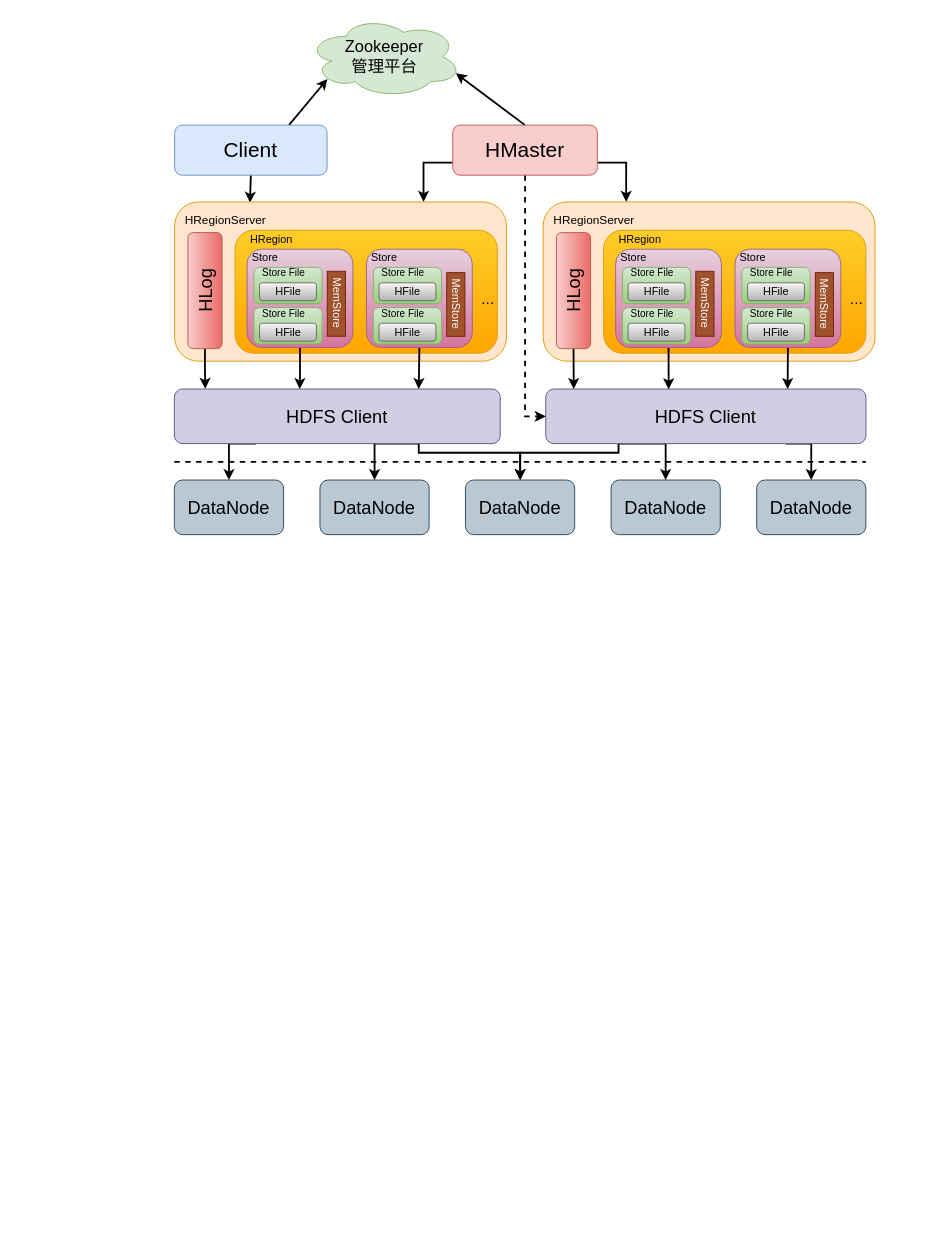
Above: page "第 1 页" (1 of 3) of 未命名绘图.drawio in Life-Cycle/xixi (draw.io), before the change. Source tidied: cells renumbered, new cells numbered last; positions are measured from the earlier drawing's top-left corner, leaving out a move shared by most shapes. Both pictures are drawn from the tidied source at 91%, with x=0, y=0 at pixel (147, 15).
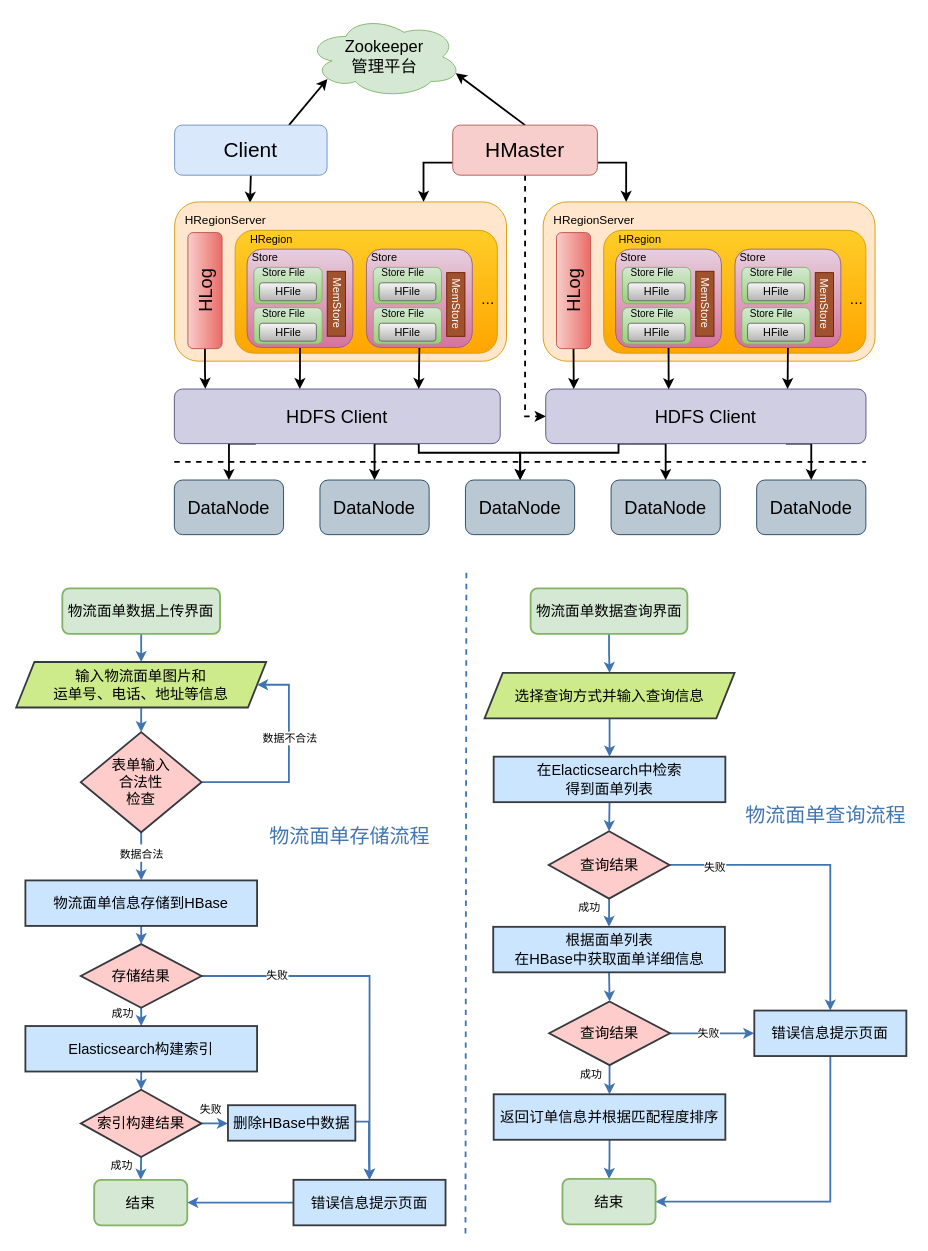
The same page after the edit.

Commit message:
更新未命名绘图.drawio

Change to the diagram source:
```diff
@@
+    <mxCell id="83" style="edgeStyle=orthogonalEdgeStyle;rounded=0;jettySize=auto;html=1;exitX=0.5;exitY=1;exitDx=0;exitDy=0;entryX=0.5;entryY=0;entryDx=0;entryDy=0;fontSize=12;fontColor=#000000;startArrow=none;startFill=0;endArrow=classic;endFill=1;strokeColor=#4075B0;strokeWidth=2;" parent="1" edge="1" source="84" target="97">
+      <mxGeometry relative="1" as="geometry" />
+    </mxCell>
+    <mxCell id="84" value="&lt;font style=&quot;font-size: 16px&quot;&gt;物流面单信息存储到HBase&lt;/font&gt;" style="rounded=0;whiteSpace=wrap;html=1;labelBackgroundColor=none;fontSize=12;strokeColor=#36393d;strokeWidth=2;fillColor=#cce5ff;" parent="1" vertex="1">
+      <mxGeometry x="-133.6" y="950" width="254.6" height="50" as="geometry" />
+    </mxCell>
+    <mxCell id="85" style="edgeStyle=none;rounded=0;jettySize=auto;html=1;exitX=0.5;exitY=1;exitDx=0;exitDy=0;entryX=0.5;entryY=0;entryDx=0;entryDy=0;fontSize=16;fontColor=#000000;startArrow=none;startFill=0;endArrow=classic;endFill=1;strokeColor=#4075B0;strokeWidth=2;" parent="1" edge="1" source="86" target="88">
+      <mxGeometry relative="1" as="geometry" />
+    </mxCell>
+    <mxCell id="86" value="&lt;font style=&quot;font-size: 16px&quot;&gt;物流面单数据上传界面&lt;/font&gt;" style="rounded=1;whiteSpace=wrap;html=1;labelBackgroundColor=none;fontSize=12;strokeColor=#82b366;strokeWidth=2;fillColor=#d5e8d4;" parent="1" vertex="1">
+      <mxGeometry x="-93" y="629" width="173.3" height="50" as="geometry" />
+    </mxCell>
+    <mxCell id="87" style="edgeStyle=none;rounded=0;jettySize=auto;html=1;exitX=0.5;exitY=1;exitDx=0;exitDy=0;entryX=0.5;entryY=0;entryDx=0;entryDy=0;fontSize=16;fontColor=#000000;startArrow=none;startFill=0;endArrow=classic;endFill=1;strokeColor=#4075B0;strokeWidth=2;" parent="1" edge="1" source="88" target="93">
+      <mxGeometry relative="1" as="geometry" />
+    </mxCell>
+    <mxCell id="88" value="&lt;font style=&quot;font-size: 16px&quot;&gt;&lt;font style=&quot;font-size: 16px&quot;&gt;输入物流面单图片和&lt;br&gt;&lt;/font&gt;运单号、电话、地址等信息&lt;/font&gt;" style="shape=parallelogram;perimeter=parallelogramPerimeter;whiteSpace=wrap;html=1;fixedSize=1;labelBackgroundColor=none;fontSize=16;strokeColor=#36393d;strokeWidth=2;fillColor=#cdeb8b;" parent="1" vertex="1">
+      <mxGeometry x="-143.7" y="710" width="274.7" height="50" as="geometry" />
+    </mxCell>
+    <mxCell id="89" style="edgeStyle=none;rounded=0;jettySize=auto;html=1;exitX=0.5;exitY=1;exitDx=0;exitDy=0;entryX=0.5;entryY=0;entryDx=0;entryDy=0;fontSize=16;fontColor=#000000;startArrow=none;startFill=0;endArrow=classic;endFill=1;strokeColor=#4075B0;strokeWidth=2;" parent="1" edge="1" source="93" target="84">
+      <mxGeometry relative="1" as="geometry" />
+    </mxCell>
+    <mxCell id="90" value="&lt;font style=&quot;font-size: 12px&quot;&gt;数据合法&lt;/font&gt;" style="edgeLabel;html=1;align=center;verticalAlign=middle;fontSize=16;fontColor=#000000;" parent="89" vertex="1">
+      <mxGeometry x="-0.09" y="1" relative="1" as="geometry">
+        <mxPoint x="-1" y="-1" as="offset" />
+      </mxGeometry>
+    </mxCell>
+    <mxCell id="91" style="edgeStyle=orthogonalEdgeStyle;rounded=0;jettySize=auto;html=1;exitX=1;exitY=0.5;exitDx=0;exitDy=0;entryX=1;entryY=0.5;entryDx=0;entryDy=0;fontSize=12;fontColor=#000000;startArrow=none;startFill=0;endArrow=classic;endFill=1;strokeColor=#4075B0;strokeWidth=2;" parent="1" edge="1" source="93" target="88">
+      <mxGeometry relative="1" as="geometry">
+        <Array as="points">
+          <mxPoint x="156" y="842" />
+          <mxPoint x="156" y="735" />
+        </Array>
+      </mxGeometry>
+    </mxCell>
+    <mxCell id="92" value="数据不合法" style="edgeLabel;html=1;align=center;verticalAlign=middle;fontSize=12;fontColor=#000000;" parent="91" vertex="1">
+      <mxGeometry x="0.21" relative="1" as="geometry">
+        <mxPoint y="-1" as="offset" />
+      </mxGeometry>
+    </mxCell>
+    <mxCell id="93" value="表单输入&lt;br&gt;合法性&lt;br&gt;检查" style="rhombus;whiteSpace=wrap;html=1;labelBackgroundColor=none;fontSize=16;strokeColor=#36393d;strokeWidth=2;fillColor=#ffcccc;" parent="1" vertex="1">
+      <mxGeometry x="-72.7" y="787" width="132.7" height="110" as="geometry" />
+    </mxCell>
+    <mxCell id="94" style="edgeStyle=orthogonalEdgeStyle;rounded=0;jettySize=auto;html=1;exitX=0.5;exitY=1;exitDx=0;exitDy=0;entryX=0.5;entryY=0;entryDx=0;entryDy=0;fontSize=12;fontColor=#000000;startArrow=none;startFill=0;endArrow=classic;endFill=1;strokeColor=#4075B0;strokeWidth=2;" parent="1" edge="1" source="97" target="99">
+      <mxGeometry relative="1" as="geometry" />
+    </mxCell>
+    <mxCell id="95" style="edgeStyle=orthogonalEdgeStyle;rounded=0;jettySize=auto;html=1;exitX=1;exitY=0.5;exitDx=0;exitDy=0;entryX=0.5;entryY=0;entryDx=0;entryDy=0;fontSize=12;fontColor=#000000;startArrow=none;startFill=0;endArrow=classic;endFill=1;strokeColor=#4075B0;strokeWidth=2;" parent="1" edge="1" source="97" target="105">
+      <mxGeometry relative="1" as="geometry" />
+    </mxCell>
+    <mxCell id="96" value="失败" style="edgeLabel;html=1;align=center;verticalAlign=middle;fontSize=12;fontColor=#000000;" parent="95" vertex="1">
+      <mxGeometry x="-0.6" y="1" relative="1" as="geometry" />
+    </mxCell>
+    <mxCell id="97" value="存储结果" style="rhombus;whiteSpace=wrap;html=1;labelBackgroundColor=none;fontSize=16;strokeColor=#36393d;strokeWidth=2;fillColor=#ffcccc;" parent="1" vertex="1">
+      <mxGeometry x="-72.7" y="1020" width="132.7" height="70" as="geometry" />
+    </mxCell>
+    <mxCell id="98" style="edgeStyle=orthogonalEdgeStyle;rounded=0;jettySize=auto;html=1;exitX=0.5;exitY=1;exitDx=0;exitDy=0;entryX=0.5;entryY=0;entryDx=0;entryDy=0;fontSize=12;fontColor=#000000;startArrow=none;startFill=0;endArrow=classic;endFill=1;strokeColor=#4075B0;strokeWidth=2;" parent="1" edge="1" source="99" target="102">
+      <mxGeometry relative="1" as="geometry" />
+    </mxCell>
+    <mxCell id="99" value="&lt;span style=&quot;font-size: 16px&quot;&gt;Elasticsearch构建索引&lt;/span&gt;" style="rounded=0;whiteSpace=wrap;html=1;labelBackgroundColor=none;fontSize=12;strokeColor=#36393d;strokeWidth=2;fillColor=#cce5ff;" parent="1" vertex="1">
+      <mxGeometry x="-133.6" y="1110" width="254.6" height="50" as="geometry" />
+    </mxCell>
+    <mxCell id="100" style="edgeStyle=orthogonalEdgeStyle;rounded=0;jettySize=auto;html=1;exitX=0.5;exitY=1;exitDx=0;exitDy=0;entryX=0.5;entryY=0;entryDx=0;entryDy=0;fontSize=12;fontColor=#000000;startArrow=none;startFill=0;endArrow=classic;endFill=1;strokeColor=#4075B0;strokeWidth=2;" parent="1" edge="1" source="102" target="103">
+      <mxGeometry relative="1" as="geometry" />
+    </mxCell>
+    <mxCell id="101" style="edgeStyle=orthogonalEdgeStyle;rounded=0;jettySize=auto;html=1;exitX=1;exitY=0.5;exitDx=0;exitDy=0;entryX=0;entryY=0.5;entryDx=0;entryDy=0;fontSize=12;fontColor=#000000;startArrow=none;startFill=0;endArrow=classic;endFill=1;strokeColor=#4075B0;strokeWidth=2;" parent="1" edge="1" source="102" target="108">
+      <mxGeometry relative="1" as="geometry" />
+    </mxCell>
+    <mxCell id="102" value="索引构建结果" style="rhombus;whiteSpace=wrap;html=1;labelBackgroundColor=none;fontSize=16;strokeColor=#36393d;strokeWidth=2;fillColor=#ffcccc;" parent="1" vertex="1">
+      <mxGeometry x="-72.7" y="1180" width="132.7" height="74" as="geometry" />
+    </mxCell>
+    <mxCell id="103" value="&lt;font style=&quot;font-size: 16px&quot;&gt;结束&lt;/font&gt;" style="rounded=1;whiteSpace=wrap;html=1;labelBackgroundColor=none;fontSize=12;strokeColor=#82b366;strokeWidth=2;fillColor=#d5e8d4;" parent="1" vertex="1">
+      <mxGeometry x="-58" y="1279" width="102.3" height="50" as="geometry" />
+    </mxCell>
+    <mxCell id="104" style="edgeStyle=orthogonalEdgeStyle;rounded=0;jettySize=auto;html=1;exitX=0;exitY=0.5;exitDx=0;exitDy=0;fontSize=12;fontColor=#000000;startArrow=none;startFill=0;endArrow=classic;endFill=1;strokeColor=#4075B0;strokeWidth=2;" parent="1" edge="1" source="105" target="103">
+      <mxGeometry relative="1" as="geometry" />
+    </mxCell>
+    <mxCell id="105" value="&lt;font style=&quot;font-size: 16px&quot;&gt;错误信息提示页面&lt;/font&gt;" style="rounded=0;whiteSpace=wrap;html=1;labelBackgroundColor=none;fontSize=12;strokeColor=#36393d;strokeWidth=2;fillColor=#cce5ff;" parent="1" vertex="1">
+      <mxGeometry x="161" y="1279" width="167.1" height="50" as="geometry" />
+    </mxCell>
+    <mxCell id="106" value="成功" style="text;html=1;strokeColor=none;fillColor=none;align=center;verticalAlign=middle;whiteSpace=wrap;rounded=0;labelBackgroundColor=none;fontSize=12;fontColor=#000000;" parent="1" vertex="1">
+      <mxGeometry x="-47" y="1089" width="41" height="16" as="geometry" />
+    </mxCell>
+    <mxCell id="107" style="edgeStyle=orthogonalEdgeStyle;rounded=0;jettySize=auto;html=1;exitX=1;exitY=0.5;exitDx=0;exitDy=0;entryX=0.5;entryY=0;entryDx=0;entryDy=0;fontSize=12;fontColor=#000000;startArrow=none;startFill=0;endArrow=classic;endFill=1;strokeColor=#4075B0;strokeWidth=2;" parent="1" edge="1" source="108" target="105">
+      <mxGeometry relative="1" as="geometry">
+        <Array as="points">
+          <mxPoint x="244" y="1215" />
+          <mxPoint x="244" y="1258" />
+          <mxPoint x="245" y="1258" />
+        </Array>
+      </mxGeometry>
+    </mxCell>
+    <mxCell id="108" value="&lt;font style=&quot;font-size: 16px&quot;&gt;删除HBase中数据&lt;/font&gt;" style="rounded=0;whiteSpace=wrap;html=1;labelBackgroundColor=none;fontSize=12;strokeColor=#36393d;strokeWidth=2;fillColor=#cce5ff;" parent="1" vertex="1">
+      <mxGeometry x="89" y="1197" width="140" height="39" as="geometry" />
+    </mxCell>
+    <mxCell id="109" value="成功" style="text;html=1;strokeColor=none;fillColor=none;align=center;verticalAlign=middle;whiteSpace=wrap;rounded=0;labelBackgroundColor=none;fontSize=12;fontColor=#000000;" parent="1" vertex="1">
+      <mxGeometry x="-48" y="1256" width="41" height="16" as="geometry" />
+    </mxCell>
+    <mxCell id="110" value="失败" style="text;html=1;strokeColor=none;fillColor=none;align=center;verticalAlign=middle;whiteSpace=wrap;rounded=0;labelBackgroundColor=none;fontSize=12;fontColor=#000000;" parent="1" vertex="1">
+      <mxGeometry x="50" y="1194" width="41" height="16" as="geometry" />
+    </mxCell>
+    <mxCell id="111" style="edgeStyle=orthogonalEdgeStyle;rounded=0;jettySize=auto;html=1;exitX=0.5;exitY=1;exitDx=0;exitDy=0;entryX=0.5;entryY=0;entryDx=0;entryDy=0;fontSize=16;fontColor=#000000;startArrow=none;startFill=0;endArrow=classic;endFill=1;strokeColor=#4075B0;strokeWidth=2;" parent="1" edge="1" source="112" target="114">
+      <mxGeometry relative="1" as="geometry" />
+    </mxCell>
+    <mxCell id="112" value="&lt;font style=&quot;font-size: 16px&quot;&gt;物流面单数据查询界面&lt;/font&gt;" style="rounded=1;whiteSpace=wrap;html=1;labelBackgroundColor=none;fontSize=12;strokeColor=#82b366;strokeWidth=2;fillColor=#d5e8d4;" parent="1" vertex="1">
+      <mxGeometry x="421.6" y="629" width="172.3" height="50" as="geometry" />
+    </mxCell>
+    <mxCell id="113" style="edgeStyle=orthogonalEdgeStyle;rounded=0;jettySize=auto;html=1;exitX=0.5;exitY=1;exitDx=0;exitDy=0;fontSize=16;fontColor=#000000;startArrow=none;startFill=0;endArrow=classic;endFill=1;strokeColor=#4075B0;strokeWidth=2;" parent="1" edge="1" source="114" target="130">
+      <mxGeometry relative="1" as="geometry" />
+    </mxCell>
+    <mxCell id="114" value="&lt;font style=&quot;font-size: 16px&quot;&gt;选择查询方式并输入查询信息&lt;br&gt;&lt;/font&gt;" style="shape=parallelogram;perimeter=parallelogramPerimeter;whiteSpace=wrap;html=1;fixedSize=1;labelBackgroundColor=none;fontSize=16;strokeColor=#36393d;strokeWidth=2;fillColor=#cdeb8b;" parent="1" vertex="1">
+      <mxGeometry x="371" y="722" width="274.7" height="50" as="geometry" />
+    </mxCell>
+    <mxCell id="115" style="edgeStyle=orthogonalEdgeStyle;rounded=0;jettySize=auto;html=1;exitX=0.5;exitY=1;exitDx=0;exitDy=0;entryX=0.5;entryY=0;entryDx=0;entryDy=0;fontSize=16;fontColor=#000000;startArrow=none;startFill=0;endArrow=classic;endFill=1;strokeColor=#4075B0;strokeWidth=2;" parent="1" edge="1" source="118" target="120">
+      <mxGeometry relative="1" as="geometry" />
+    </mxCell>
+    <mxCell id="116" style="edgeStyle=orthogonalEdgeStyle;rounded=0;jettySize=auto;html=1;exitX=1;exitY=0.5;exitDx=0;exitDy=0;entryX=0;entryY=0.5;entryDx=0;entryDy=0;fontSize=16;fontColor=#000000;startArrow=none;startFill=0;endArrow=classic;endFill=1;strokeColor=#4075B0;strokeWidth=2;" parent="1" edge="1" source="118" target="127">
+      <mxGeometry relative="1" as="geometry" />
+    </mxCell>
+    <mxCell id="117" value="失败" style="edgeLabel;html=1;align=center;verticalAlign=middle;fontSize=12;fontColor=#000000;" parent="116" vertex="1">
+      <mxGeometry x="-0.34" relative="1" as="geometry">
+        <mxPoint x="11" as="offset" />
+      </mxGeometry>
+    </mxCell>
+    <mxCell id="118" value="查询结果" style="rhombus;whiteSpace=wrap;html=1;labelBackgroundColor=none;fontSize=16;strokeColor=#36393d;strokeWidth=2;fillColor=#ffcccc;" parent="1" vertex="1">
+      <mxGeometry x="442" y="1083" width="132.7" height="70" as="geometry" />
+    </mxCell>
+    <mxCell id="119" style="edgeStyle=orthogonalEdgeStyle;rounded=0;jettySize=auto;html=1;exitX=0.5;exitY=1;exitDx=0;exitDy=0;entryX=0.5;entryY=0;entryDx=0;entryDy=0;fontSize=16;fontColor=#000000;startArrow=none;startFill=0;endArrow=classic;endFill=1;strokeColor=#4075B0;strokeWidth=2;" parent="1" edge="1" source="120" target="125">
+      <mxGeometry relative="1" as="geometry" />
+    </mxCell>
+    <mxCell id="120" value="&lt;span style=&quot;font-size: 16px&quot;&gt;返回订单信息并根据匹配程度排序&lt;/span&gt;" style="rounded=0;whiteSpace=wrap;html=1;labelBackgroundColor=none;fontSize=12;strokeColor=#36393d;strokeWidth=2;fillColor=#cce5ff;" parent="1" vertex="1">
+      <mxGeometry x="381" y="1185" width="254.6" height="50" as="geometry" />
+    </mxCell>
+    <mxCell id="121" style="edgeStyle=orthogonalEdgeStyle;rounded=0;jettySize=auto;html=1;exitX=0.5;exitY=1;exitDx=0;exitDy=0;entryX=0.5;entryY=0;entryDx=0;entryDy=0;fontSize=16;fontColor=#000000;startArrow=none;startFill=0;endArrow=classic;endFill=1;strokeColor=#4075B0;strokeWidth=2;" parent="1" edge="1" source="124" target="132">
+      <mxGeometry relative="1" as="geometry" />
+    </mxCell>
+    <mxCell id="122" style="edgeStyle=orthogonalEdgeStyle;rounded=0;jettySize=auto;html=1;exitX=1;exitY=0.5;exitDx=0;exitDy=0;fontSize=16;fontColor=#000000;startArrow=none;startFill=0;endArrow=classic;endFill=1;strokeColor=#4075B0;strokeWidth=2;" parent="1" edge="1" source="124" target="127">
+      <mxGeometry relative="1" as="geometry" />
+    </mxCell>
+    <mxCell id="123" value="&lt;font style=&quot;font-size: 12px&quot;&gt;失败&lt;/font&gt;" style="edgeLabel;html=1;align=center;verticalAlign=middle;fontSize=16;fontColor=#000000;" parent="122" vertex="1">
+      <mxGeometry x="-0.34" y="-2" relative="1" as="geometry">
+        <mxPoint x="-62" y="-2" as="offset" />
+      </mxGeometry>
+    </mxCell>
+    <mxCell id="124" value="查询结果" style="rhombus;whiteSpace=wrap;html=1;labelBackgroundColor=none;fontSize=16;strokeColor=#36393d;strokeWidth=2;fillColor=#ffcccc;" parent="1" vertex="1">
+      <mxGeometry x="441.5" y="896" width="132.7" height="74" as="geometry" />
+    </mxCell>
+    <mxCell id="125" value="&lt;font style=&quot;font-size: 16px&quot;&gt;结束&lt;/font&gt;" style="rounded=1;whiteSpace=wrap;html=1;labelBackgroundColor=none;fontSize=12;strokeColor=#82b366;strokeWidth=2;fillColor=#d5e8d4;" parent="1" vertex="1">
+      <mxGeometry x="456.6" y="1278" width="102.3" height="50" as="geometry" />
+    </mxCell>
+    <mxCell id="126" style="edgeStyle=orthogonalEdgeStyle;rounded=0;jettySize=auto;html=1;exitX=0.5;exitY=1;exitDx=0;exitDy=0;entryX=1;entryY=0.5;entryDx=0;entryDy=0;fontSize=16;fontColor=#000000;startArrow=none;startFill=0;endArrow=classic;endFill=1;strokeColor=#4075B0;strokeWidth=2;" parent="1" edge="1" source="127" target="125">
+      <mxGeometry relative="1" as="geometry" />
+    </mxCell>
+    <mxCell id="127" value="&lt;font style=&quot;font-size: 16px&quot;&gt;错误信息提示页面&lt;/font&gt;" style="rounded=0;whiteSpace=wrap;html=1;labelBackgroundColor=none;fontSize=12;strokeColor=#36393d;strokeWidth=2;fillColor=#cce5ff;" parent="1" vertex="1">
+      <mxGeometry x="667.4" y="1093" width="167.1" height="50" as="geometry" />
+    </mxCell>
+    <mxCell id="128" value="成功" style="text;html=1;strokeColor=none;fillColor=none;align=center;verticalAlign=middle;whiteSpace=wrap;rounded=0;labelBackgroundColor=none;fontSize=12;fontColor=#000000;" parent="1" vertex="1">
+      <mxGeometry x="466.1" y="972" width="41" height="16" as="geometry" />
+    </mxCell>
+    <mxCell id="129" style="edgeStyle=orthogonalEdgeStyle;rounded=0;jettySize=auto;html=1;exitX=0.5;exitY=1;exitDx=0;exitDy=0;entryX=0.5;entryY=0;entryDx=0;entryDy=0;fontSize=16;fontColor=#000000;startArrow=none;startFill=0;endArrow=classic;endFill=1;strokeColor=#4075B0;strokeWidth=2;" parent="1" edge="1" source="130" target="124">
+      <mxGeometry relative="1" as="geometry" />
+    </mxCell>
+    <mxCell id="130" value="&lt;font style=&quot;font-size: 16px&quot;&gt;在Elacticsearch中检索&lt;br&gt;得到面单列表&lt;/font&gt;" style="rounded=0;whiteSpace=wrap;html=1;labelBackgroundColor=none;fontSize=12;strokeColor=#36393d;strokeWidth=2;fillColor=#cce5ff;" parent="1" vertex="1">
+      <mxGeometry x="381" y="814" width="254.6" height="50" as="geometry" />
+    </mxCell>
+    <mxCell id="131" style="edgeStyle=orthogonalEdgeStyle;rounded=0;jettySize=auto;html=1;exitX=0.5;exitY=1;exitDx=0;exitDy=0;entryX=0.5;entryY=0;entryDx=0;entryDy=0;fontSize=16;fontColor=#000000;startArrow=none;startFill=0;endArrow=classic;endFill=1;strokeColor=#4075B0;strokeWidth=2;" parent="1" edge="1" source="132" target="118">
+      <mxGeometry relative="1" as="geometry" />
+    </mxCell>
+    <mxCell id="132" value="&lt;font style=&quot;font-size: 16px&quot;&gt;根据面单列表&lt;br&gt;在HBase中获取面单详细信息&lt;br&gt;&lt;/font&gt;" style="rounded=0;whiteSpace=wrap;html=1;labelBackgroundColor=none;fontSize=12;strokeColor=#36393d;strokeWidth=2;fillColor=#cce5ff;" parent="1" vertex="1">
+      <mxGeometry x="380.5" y="1001" width="254.6" height="50" as="geometry" />
+    </mxCell>
+    <mxCell id="133" value="成功" style="text;html=1;strokeColor=none;fillColor=none;align=center;verticalAlign=middle;whiteSpace=wrap;rounded=0;labelBackgroundColor=none;fontSize=12;fontColor=#000000;" parent="1" vertex="1">
+      <mxGeometry x="468.1" y="1156" width="41" height="16" as="geometry" />
+    </mxCell>
+    <mxCell id="134" style="endArrow=none;dashed=1;html=1;rounded=0;fontSize=12;fontColor=#000000;strokeColor=#4075B0;strokeWidth=2;" parent="1" edge="1">
+      <mxGeometry relative="1" as="geometry">
+        <mxPoint x="350" y="1338" as="sourcePoint" />
+        <mxPoint x="351" y="611" as="targetPoint" />
+      </mxGeometry>
+    </mxCell>
+    <mxCell id="135" value="&lt;font style=&quot;font-size: 22px&quot; color=&quot;#4075b0&quot;&gt;物流面单存储流程&lt;/font&gt;" style="text;html=1;strokeColor=none;fillColor=none;align=center;verticalAlign=middle;whiteSpace=wrap;rounded=0;labelBackgroundColor=none;fontSize=12;fontColor=#000000;" parent="1" vertex="1">
+      <mxGeometry x="128" y="863" width="190" height="77" as="geometry" />
+    </mxCell>
+    <mxCell id="136" value="&lt;font style=&quot;font-size: 22px&quot; color=&quot;#4075b0&quot;&gt;物流面单查询流程&lt;/font&gt;" style="text;html=1;strokeColor=none;fillColor=none;align=center;verticalAlign=middle;whiteSpace=wrap;rounded=0;labelBackgroundColor=none;fontSize=12;fontColor=#000000;" parent="1" vertex="1">
+      <mxGeometry x="651" y="840" width="190" height="77" as="geometry" />
+    </mxCell>
```
